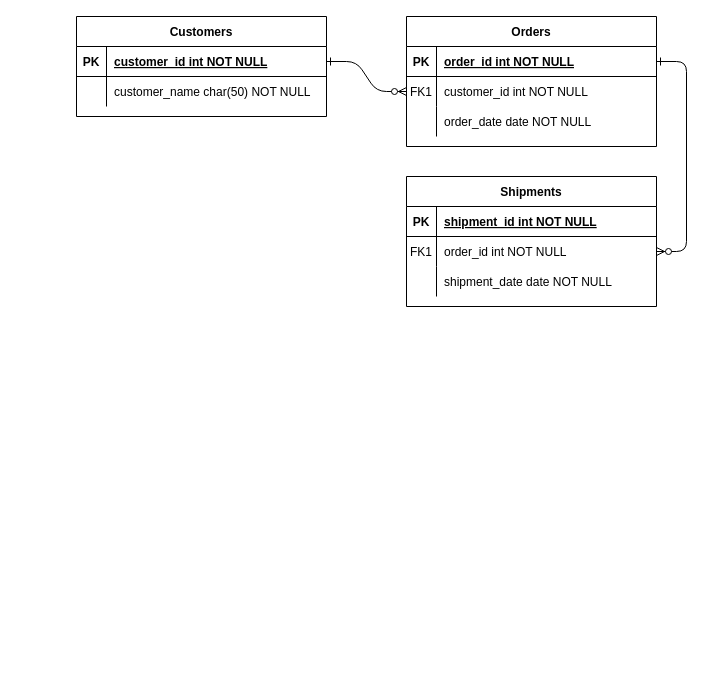
Before: Untitled Diagram.drawio in GaiAshk/InternationalRiseUp, a draw.io diagram. Source tidied: cells renumbered, new cells numbered last; positions are measured from the earlier drawing's top-left corner, leaving out a move shared by most shapes. Both pictures are drawn from the tidied source at 100%, with x=0, y=0 at pixel (76, 16).
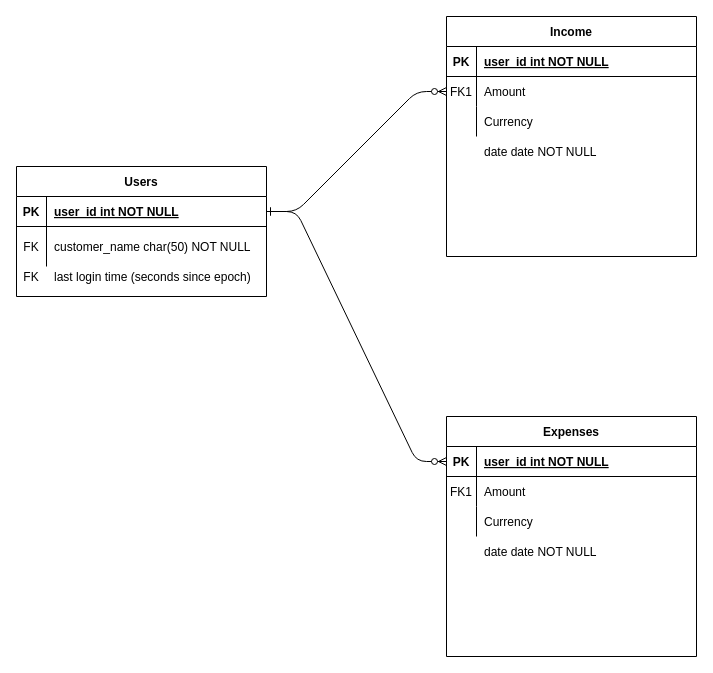
After the change.

Unchanged cells that the change refers to:
```xml
<mxCell id="5" style="shape=partialRectangle;fillColor=none;points=[[0,0.5],[1,0.5]];portConstraint=eastwest;top=0;left=0;right=0;bottom=1;" parent="4" vertex="1">
  <mxGeometry y="30" width="250" height="30" as="geometry" />
</mxCell>
<mxCell id="8" style="shape=partialRectangle;fillColor=none;points=[[0,0.5],[1,0.5]];portConstraint=eastwest;top=0;left=0;right=0;bottom=0;" parent="4" vertex="1">
  <mxGeometry y="60" width="250" height="30" as="geometry" />
</mxCell>
<mxCell id="11" style="shape=partialRectangle;fillColor=none;top=0;left=0;right=0;bottom=0;" parent="4" vertex="1">
  <mxGeometry y="90" width="250" height="30" as="geometry" />
</mxCell>
<mxCell id="25" style="shape=partialRectangle;fillColor=none;points=[[0,0.5],[1,0.5]];portConstraint=eastwest;top=0;left=0;right=0;bottom=1;" parent="24" vertex="1">
  <mxGeometry y="30" width="250" height="30" as="geometry" />
</mxCell>
```

Diff of the diagram source:
```diff
@@
-    <mxCell id="3" style="edgeStyle=entityRelationEdgeStyle;endArrow=ERzeroToMany;startArrow=ERone;endFill=1;startFill=0;" parent="1" edge="1" source="5" target="18">
-      <mxGeometry relative="1" as="geometry" />
+    <mxCell id="3" style="edgeStyle=entityRelationEdgeStyle;endArrow=ERzeroToMany;startArrow=ERone;endFill=1;startFill=0;exitX=1;exitY=0.5;exitDx=0;exitDy=0;" parent="1" edge="1" source="25">
+      <mxGeometry relative="1" as="geometry">
+        <mxPoint x="370" y="445" as="targetPoint" />
+      </mxGeometry>
     </mxCell>
-    <mxCell id="4" value="Orders" style="shape=table;startSize=30;childLayout=tableLayout;rowLines=0;fontStyle=1;align=center;" parent="1" vertex="1">
-      <mxGeometry x="330" width="250" height="130" as="geometry" />
+    <mxCell id="4" value="Income" style="shape=table;startSize=30;childLayout=tableLayout;rowLines=0;fontStyle=1;align=center;" parent="1" vertex="1">
+      <mxGeometry x="370" width="250" height="240" as="geometry" />
     </mxCell>
@@
-    <mxCell id="7" value="order_id int NOT NULL " style="shape=partialRectangle;overflow=hidden;fillColor=none;top=0;left=0;bottom=0;right=0;align=left;spacingLeft=6;fontStyle=5;" parent="5" vertex="1">
+    <mxCell id="7" value="user_id int NOT NULL " style="shape=partialRectangle;overflow=hidden;fillColor=none;top=0;left=0;bottom=0;right=0;align=left;spacingLeft=6;fontStyle=5;" parent="5" vertex="1">
       <mxGeometry x="30" width="220" height="30" as="geometry" />
     </mxCell>
@@
-    <mxCell id="10" value="customer_id int NOT NULL" style="shape=partialRectangle;overflow=hidden;fillColor=none;top=0;left=0;bottom=0;right=0;align=left;spacingLeft=6;" parent="8" vertex="1">
+    <mxCell id="10" value="Amount " style="shape=partialRectangle;overflow=hidden;fillColor=none;top=0;left=0;bottom=0;right=0;align=left;spacingLeft=6;" parent="8" vertex="1">
       <mxGeometry x="30" width="220" height="30" as="geometry" />
     </mxCell>
@@
-    <mxCell id="13" value="order_date date NOT NULL" style="shape=partialRectangle;overflow=hidden;fillColor=none;top=0;left=0;bottom=0;right=0;align=left;spacingLeft=6;" parent="11" vertex="1">
+    <mxCell id="13" value="Currency " style="shape=partialRectangle;overflow=hidden;fillColor=none;top=0;left=0;bottom=0;right=0;align=left;spacingLeft=6;" parent="11" vertex="1">
       <mxGeometry x="30" width="220" height="30" as="geometry" />
     </mxCell>
-    <mxCell id="14" value="Shipments" style="shape=table;startSize=30;childLayout=tableLayout;rowLines=0;fontStyle=1;align=center;" parent="1" vertex="1">
-      <mxGeometry x="330" y="160" width="250" height="130" as="geometry" />
-    </mxCell>
-    <mxCell id="15" style="shape=partialRectangle;fillColor=none;top=0;left=0;right=0;bottom=1;" parent="14" vertex="1">
-      <mxGeometry y="30" width="250" height="30" as="geometry" />
-    </mxCell>
-    <mxCell id="16" value="PK" style="shape=partialRectangle;overflow=hidden;fillColor=none;top=0;left=0;bottom=0;right=0;fontStyle=1;" parent="15" vertex="1">
-      <mxGeometry width="30" height="30" as="geometry" />
-    </mxCell>
-    <mxCell id="17" value="shipment_id int NOT NULL " style="shape=partialRectangle;overflow=hidden;fillColor=none;top=0;left=0;bottom=0;right=0;align=left;spacingLeft=6;fontStyle=5;" parent="15" vertex="1">
-      <mxGeometry x="30" width="220" height="30" as="geometry" />
-    </mxCell>
-    <mxCell id="18" style="shape=partialRectangle;fillColor=none;points=[[0,0.5],[1,0.5]];portConstraint=eastwest;top=0;left=0;right=0;bottom=0;" parent="14" vertex="1">
-      <mxGeometry y="60" width="250" height="30" as="geometry" />
-    </mxCell>
-    <mxCell id="19" value="FK1" style="shape=partialRectangle;overflow=hidden;fillColor=none;top=0;left=0;bottom=0;right=0;" parent="18" vertex="1">
-      <mxGeometry width="30" height="30" as="geometry" />
-    </mxCell>
-    <mxCell id="20" value="order_id int NOT NULL" style="shape=partialRectangle;overflow=hidden;fillColor=none;top=0;left=0;bottom=0;right=0;align=left;spacingLeft=6;" parent="18" vertex="1">
-      <mxGeometry x="30" width="220" height="30" as="geometry" />
-    </mxCell>
-    <mxCell id="21" style="shape=partialRectangle;fillColor=none;top=0;left=0;right=0;bottom=0;" parent="14" vertex="1">
-      <mxGeometry y="90" width="250" height="30" as="geometry" />
-    </mxCell>
-    <mxCell id="22" style="shape=partialRectangle;overflow=hidden;fillColor=none;top=0;left=0;bottom=0;right=0;" parent="21" vertex="1">
-      <mxGeometry width="30" height="30" as="geometry" />
-    </mxCell>
-    <mxCell id="23" value="shipment_date date NOT NULL" style="shape=partialRectangle;overflow=hidden;fillColor=none;top=0;left=0;bottom=0;right=0;align=left;spacingLeft=6;" parent="21" vertex="1">
-      <mxGeometry x="30" width="220" height="30" as="geometry" />
-    </mxCell>
-    <mxCell id="24" value="Customers" style="shape=table;startSize=30;childLayout=tableLayout;rowLines=0;fontStyle=1;align=center;" parent="1" vertex="1">
-      <mxGeometry width="250" height="100" as="geometry" />
+    <mxCell id="24" value="Users" style="shape=table;startSize=30;childLayout=tableLayout;rowLines=0;fontStyle=1;align=center;" parent="1" vertex="1">
+      <mxGeometry x="-60" y="150" width="250" height="130" as="geometry" />
     </mxCell>
@@
-    <mxCell id="27" value="customer_id int NOT NULL " style="shape=partialRectangle;overflow=hidden;fillColor=none;top=0;left=0;bottom=0;right=0;align=left;spacingLeft=6;fontStyle=5;" parent="25" vertex="1">
+    <mxCell id="27" value="user_id int NOT NULL " style="shape=partialRectangle;overflow=hidden;fillColor=none;top=0;left=0;bottom=0;right=0;align=left;spacingLeft=6;fontStyle=5;" parent="25" vertex="1">
       <mxGeometry x="30" width="220" height="30" as="geometry" />
     </mxCell>
     <mxCell id="28" style="shape=partialRectangle;fillColor=none;top=0;left=0;right=0;bottom=0;" parent="24" vertex="1">
-      <mxGeometry y="60" width="250" height="30" as="geometry" />
+      <mxGeometry y="60" width="250" height="40" as="geometry" />
     </mxCell>
-    <mxCell id="29" style="shape=partialRectangle;overflow=hidden;fillColor=none;top=0;left=0;bottom=0;right=0;" parent="28" vertex="1">
-      <mxGeometry width="30" height="30" as="geometry" />
+    <mxCell id="29" value="FK" style="shape=partialRectangle;overflow=hidden;fillColor=none;top=0;left=0;bottom=0;right=0;" parent="28" vertex="1">
+      <mxGeometry width="30" height="40" as="geometry" />
     </mxCell>
     <mxCell id="30" value="customer_name char(50) NOT NULL" style="shape=partialRectangle;overflow=hidden;fillColor=none;top=0;left=0;bottom=0;right=0;align=left;spacingLeft=6;" parent="28" vertex="1">
-      <mxGeometry x="30" width="220" height="30" as="geometry" />
+      <mxGeometry x="30" width="220" height="40" as="geometry" />
     </mxCell>
+    <mxCell id="31" style="shape=partialRectangle;fillColor=none;top=0;left=0;right=0;bottom=0;" parent="1" vertex="1">
+      <mxGeometry x="-60" y="240" width="250" height="40" as="geometry" />
+    </mxCell>
+    <mxCell id="32" value="FK" style="shape=partialRectangle;overflow=hidden;fillColor=none;top=0;left=0;bottom=0;right=0;" parent="31" vertex="1">
+      <mxGeometry width="30" height="40" as="geometry" />
+    </mxCell>
+    <mxCell id="33" value="last login time (seconds since epoch)" style="shape=partialRectangle;overflow=hidden;fillColor=none;top=0;left=0;bottom=0;right=0;align=left;spacingLeft=6;" parent="31" vertex="1">
+      <mxGeometry x="30" width="220" height="40" as="geometry" />
+    </mxCell>
+    <mxCell id="34" value="date date NOT NULL" style="shape=partialRectangle;overflow=hidden;fillColor=none;top=0;left=0;bottom=0;right=0;align=left;spacingLeft=6;" parent="1" vertex="1">
+      <mxGeometry x="400" y="120" width="220" height="30" as="geometry" />
+    </mxCell>
+    <mxCell id="35" value="Expenses" style="shape=table;startSize=30;childLayout=tableLayout;rowLines=0;fontStyle=1;align=center;" parent="1" vertex="1">
+      <mxGeometry x="370" y="400" width="250" height="240" as="geometry" />
+    </mxCell>
+    <mxCell id="15" style="shape=partialRectangle;fillColor=none;top=0;left=0;right=0;bottom=1;" parent="35" vertex="1">
+      <mxGeometry y="30" width="250" height="30" as="geometry" />
+    </mxCell>
+    <mxCell id="16" value="PK" style="shape=partialRectangle;overflow=hidden;fillColor=none;top=0;left=0;bottom=0;right=0;fontStyle=1;" parent="15" vertex="1">
+      <mxGeometry width="30" height="30" as="geometry" />
+    </mxCell>
+    <mxCell id="36" value="user_id int NOT NULL " style="shape=partialRectangle;overflow=hidden;fillColor=none;top=0;left=0;bottom=0;right=0;align=left;spacingLeft=6;fontStyle=5;" parent="15" vertex="1">
+      <mxGeometry x="30" width="220" height="30" as="geometry" />
+    </mxCell>
+    <mxCell id="18" style="shape=partialRectangle;fillColor=none;points=[[0,0.5],[1,0.5]];portConstraint=eastwest;top=0;left=0;right=0;bottom=0;" parent="35" vertex="1">
+      <mxGeometry y="60" width="250" height="30" as="geometry" />
+    </mxCell>
+    <mxCell id="19" value="FK1" style="shape=partialRectangle;overflow=hidden;fillColor=none;top=0;left=0;bottom=0;right=0;" parent="18" vertex="1">
+      <mxGeometry width="30" height="30" as="geometry" />
+    </mxCell>
+    <mxCell id="37" value="Amount " style="shape=partialRectangle;overflow=hidden;fillColor=none;top=0;left=0;bottom=0;right=0;align=left;spacingLeft=6;" parent="18" vertex="1">
+      <mxGeometry x="30" width="220" height="30" as="geometry" />
+    </mxCell>
+    <mxCell id="21" style="shape=partialRectangle;fillColor=none;top=0;left=0;right=0;bottom=0;" parent="35" vertex="1">
+      <mxGeometry y="90" width="250" height="30" as="geometry" />
+    </mxCell>
+    <mxCell id="22" style="shape=partialRectangle;overflow=hidden;fillColor=none;top=0;left=0;bottom=0;right=0;" parent="21" vertex="1">
+      <mxGeometry width="30" height="30" as="geometry" />
+    </mxCell>
+    <mxCell id="38" value="Currency " style="shape=partialRectangle;overflow=hidden;fillColor=none;top=0;left=0;bottom=0;right=0;align=left;spacingLeft=6;" parent="21" vertex="1">
+      <mxGeometry x="30" width="220" height="30" as="geometry" />
+    </mxCell>
+    <mxCell id="39" value="date date NOT NULL" style="shape=partialRectangle;overflow=hidden;fillColor=none;top=0;left=0;bottom=0;right=0;align=left;spacingLeft=6;" parent="1" vertex="1">
+      <mxGeometry x="400" y="520" width="220" height="30" as="geometry" />
+    </mxCell>
```
